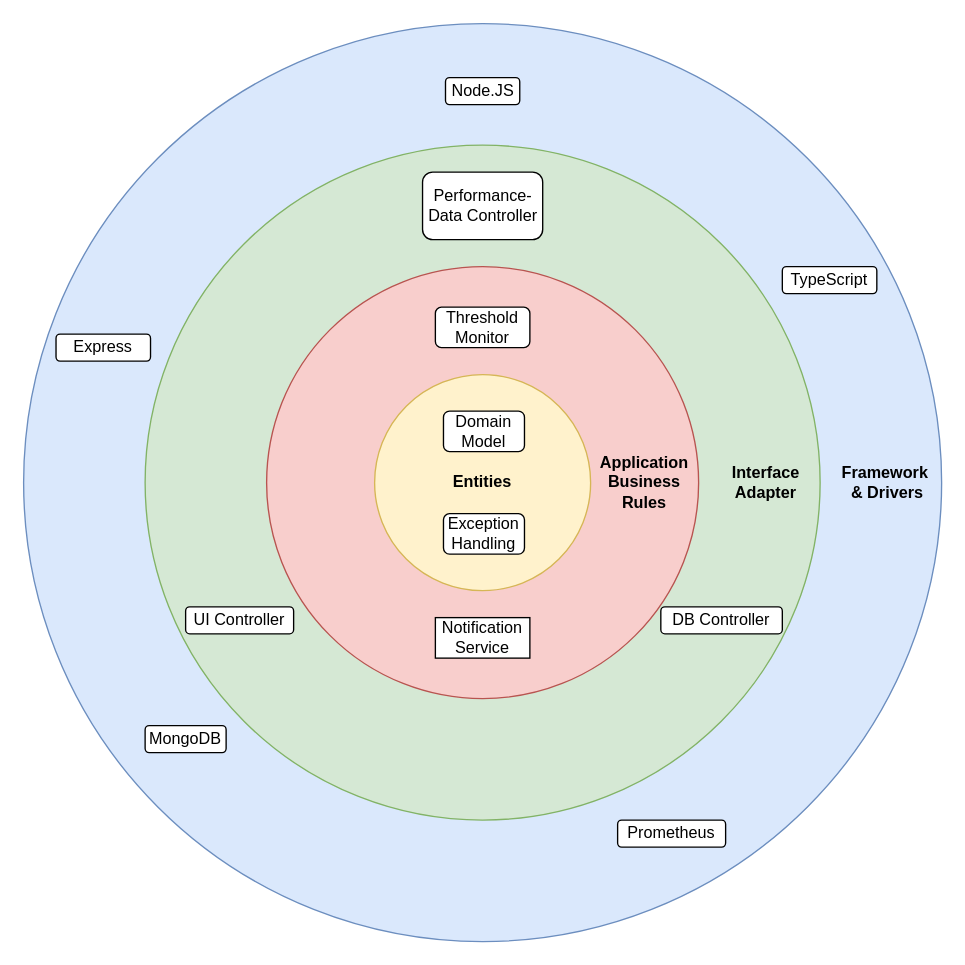
This is Documentation/src/02_product-documentation/clean_architecture.drawio from KubeWatch-Monitoring/KubeWatch, a draw.io file, before an edit. Source tidied: cells renumbered, new cells numbered last; positions are measured from the earlier drawing's top-left corner, leaving out a move shared by most shapes. Both pictures are drawn from the tidied source at 135%, with x=0, y=0 at pixel (23, 23).
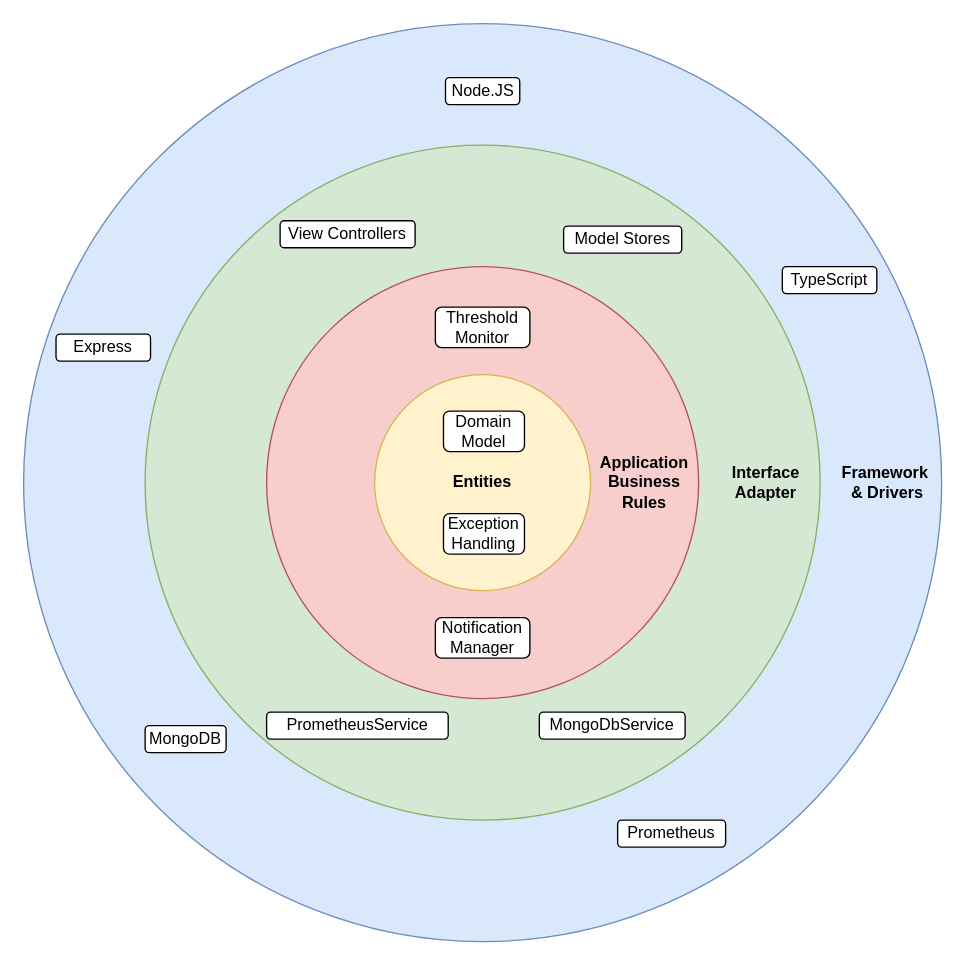
Above is the later version.

Commit message (it also covers changes not shown here):
Update clean architecture

Change to the diagram source:
```diff
@@
-    <mxCell id="13" value="Performance-Data Controller" style="rounded=1;whiteSpace=wrap;html=1;" parent="1" vertex="1">
-      <mxGeometry x="295.5" y="110" width="89" height="50" as="geometry" />
+    <mxCell id="13" value="PrometheusService" style="rounded=1;whiteSpace=wrap;html=1;" parent="1" vertex="1">
+      <mxGeometry x="180" y="510" width="134.5" height="20" as="geometry" />
     </mxCell>
-    <mxCell id="14" value="DB Controller" style="rounded=1;whiteSpace=wrap;html=1;" parent="1" vertex="1">
-      <mxGeometry x="472" y="432" width="90" height="20" as="geometry" />
+    <mxCell id="14" value="MongoDbService" style="rounded=1;whiteSpace=wrap;html=1;" parent="1" vertex="1">
+      <mxGeometry x="382" y="510" width="108" height="20" as="geometry" />
     </mxCell>
-    <mxCell id="15" value="UI Controller" style="rounded=1;whiteSpace=wrap;html=1;gradientColor=none;" parent="1" vertex="1">
-      <mxGeometry x="120" y="432" width="80" height="20" as="geometry" />
+    <mxCell id="15" value="View Controllers" style="rounded=1;whiteSpace=wrap;html=1;gradientColor=none;" parent="1" vertex="1">
+      <mxGeometry x="190" y="146" width="100" height="20" as="geometry" />
     </mxCell>
@@
-    <mxCell id="19" value="Notification Service" style="text;html=1;strokeColor=default;fillColor=default;align=center;verticalAlign=middle;whiteSpace=wrap;rounded=0;" parent="1" vertex="1">
+    <mxCell id="19" value="Notification Manager" style="text;html=1;strokeColor=default;fillColor=default;align=center;verticalAlign=middle;whiteSpace=wrap;rounded=1;" parent="1" vertex="1">
       <mxGeometry x="305" y="440" width="70" height="30" as="geometry" />
     </mxCell>
@@
+    <mxCell id="22" value="Model Stores" style="rounded=1;whiteSpace=wrap;html=1;" parent="1" vertex="1">
+      <mxGeometry x="400" y="150" width="87.5" height="20" as="geometry" />
+    </mxCell>
```
